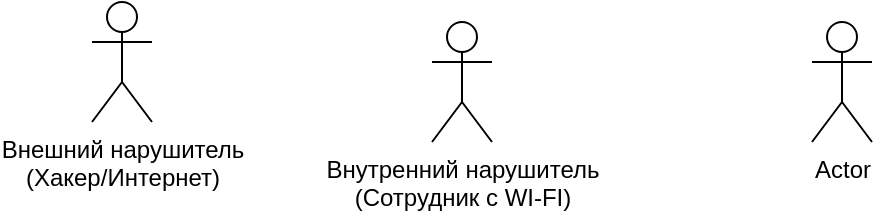
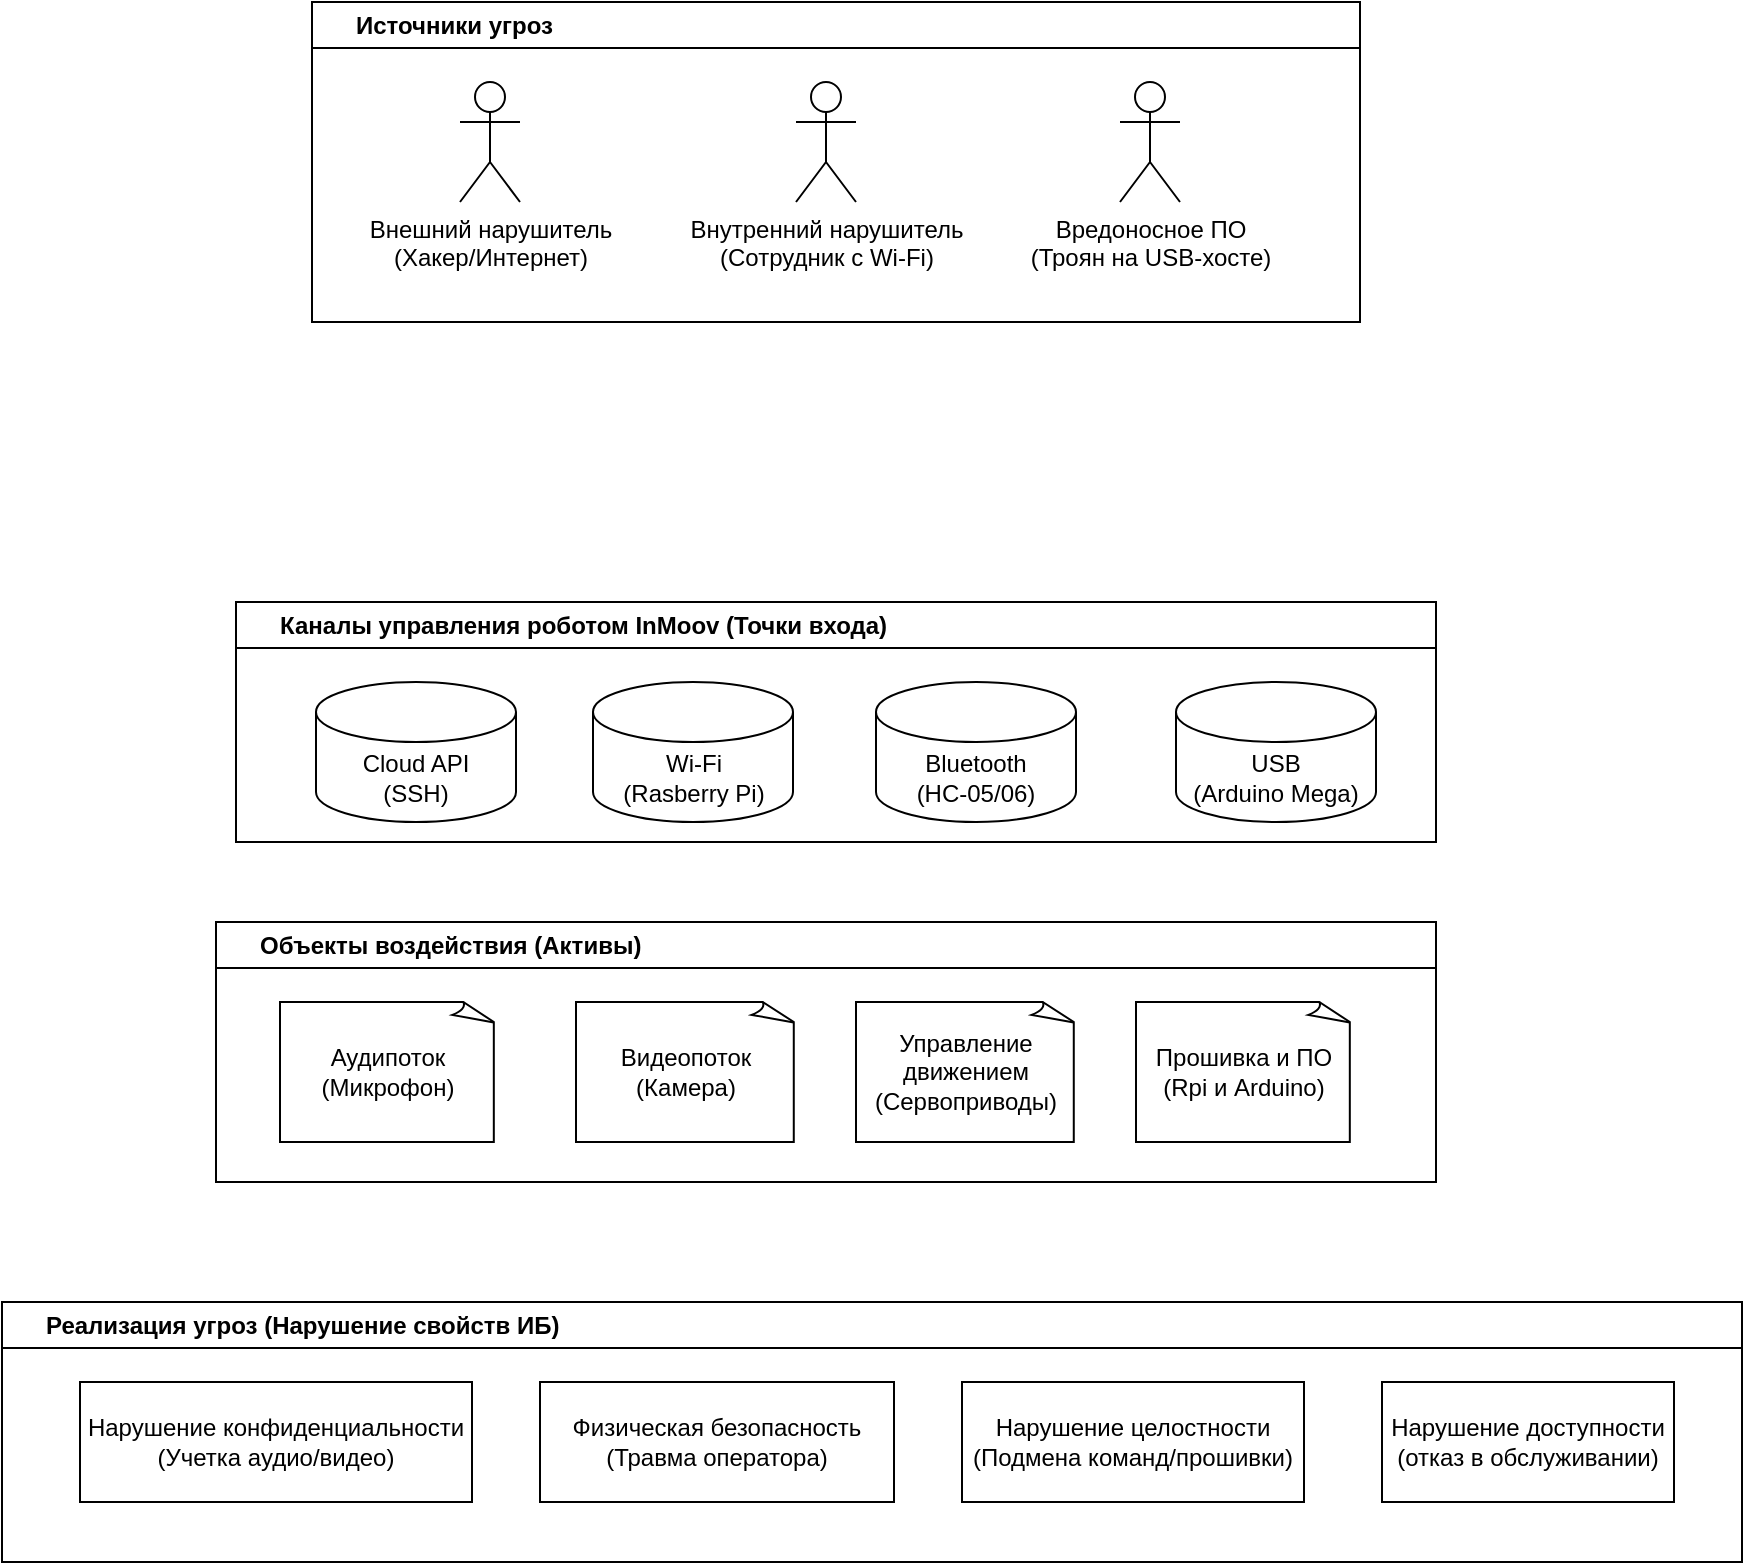
<mxfile host="app.diagrams.net">
  <diagram name="Страница-1" id="USPNQsaFkXLpUknS5iDc">
-     <mxGraphModel dx="803" dy="446" grid="1" gridSize="10" guides="1" tooltips="1" connect="1" arrows="1" fold="1" page="1" pageScale="1" pageWidth="827" pageHeight="1169" math="0" shadow="0">
+     <mxGraphModel dx="1999" dy="1819" grid="1" gridSize="10" guides="1" tooltips="1" connect="1" arrows="1" fold="1" page="1" pageScale="1" pageWidth="827" pageHeight="1169" math="0" shadow="0">
      <root>
        <mxCell id="0" />
        <mxCell id="1" parent="0" />
-         <mxCell id="QugISaNB2tZ8seF8ZxKL-1" parent="1" style="shape=umlActor;verticalLabelPosition=bottom;verticalAlign=top;html=1;outlineConnect=0;" value="Внешний нарушитель&lt;div&gt;(Хакер/Интернет)&lt;/div&gt;" vertex="1">
-           <mxGeometry height="60" width="30" x="250" y="140" as="geometry" />
+         <mxCell id="eWGLKCcsjbhSAPN1RPYS-18" parent="1" style="swimlane;whiteSpace=wrap;html=1;align=left;" value="&amp;nbsp; &amp;nbsp; &amp;nbsp;&amp;nbsp;Реализация угроз (Нарушение свойств ИБ)" vertex="1">
+           <mxGeometry height="130" width="870" x="-17" y="500" as="geometry" />
        </mxCell>
-         <mxCell id="QugISaNB2tZ8seF8ZxKL-2" parent="1" style="shape=umlActor;verticalLabelPosition=bottom;verticalAlign=top;html=1;outlineConnect=0;" value="Внутренний нарушитель&lt;div&gt;(Сотрудник с WI-FI)&lt;/div&gt;" vertex="1">
-           <mxGeometry height="60" width="30" x="420" y="150" as="geometry" />
+         <mxCell id="eWGLKCcsjbhSAPN1RPYS-11" parent="eWGLKCcsjbhSAPN1RPYS-18" style="rounded=0;whiteSpace=wrap;html=1;" value="Нарушение конфиденциальности&lt;div&gt;(Учетка аудио/видео)&lt;/div&gt;" vertex="1">
+           <mxGeometry height="60" width="196" x="39" y="40" as="geometry" />
        </mxCell>
-         <mxCell id="QugISaNB2tZ8seF8ZxKL-3" parent="1" style="shape=umlActor;verticalLabelPosition=bottom;verticalAlign=top;html=1;outlineConnect=0;" value="Actor" vertex="1">
-           <mxGeometry height="60" width="30" x="610" y="150" as="geometry" />
+         <mxCell id="eWGLKCcsjbhSAPN1RPYS-12" parent="eWGLKCcsjbhSAPN1RPYS-18" style="rounded=0;whiteSpace=wrap;html=1;" value="Физическая безопасность&lt;div&gt;(Травма оператора)&lt;/div&gt;" vertex="1">
+           <mxGeometry height="60" width="177" x="269" y="40" as="geometry" />
+         </mxCell>
+         <mxCell id="eWGLKCcsjbhSAPN1RPYS-13" parent="eWGLKCcsjbhSAPN1RPYS-18" style="rounded=0;whiteSpace=wrap;html=1;" value="Нарушение целостности&lt;div&gt;(Подмена команд/прошивки)&lt;/div&gt;" vertex="1">
+           <mxGeometry height="60" width="171" x="480" y="40" as="geometry" />
+         </mxCell>
+         <mxCell id="eWGLKCcsjbhSAPN1RPYS-14" parent="eWGLKCcsjbhSAPN1RPYS-18" style="rounded=0;whiteSpace=wrap;html=1;" value="Нарушение доступности&lt;div&gt;(отказ в обслуживании)&lt;/div&gt;" vertex="1">
+           <mxGeometry height="60" width="146" x="690" y="40" as="geometry" />
+         </mxCell>
+         <mxCell id="eWGLKCcsjbhSAPN1RPYS-24" parent="1" style="swimlane;whiteSpace=wrap;html=1;align=left;" value="&amp;nbsp; &amp;nbsp; &amp;nbsp;&amp;nbsp;Объекты воздействия (Активы)" vertex="1">
+           <mxGeometry height="130" width="610" x="90" y="310" as="geometry" />
+         </mxCell>
+         <mxCell id="eWGLKCcsjbhSAPN1RPYS-7" parent="eWGLKCcsjbhSAPN1RPYS-24" style="whiteSpace=wrap;html=1;shape=mxgraph.basic.document" value="Аудипоток&lt;div&gt;(Микрофон)&lt;/div&gt;" vertex="1">
+           <mxGeometry height="70" width="108" x="32" y="40" as="geometry" />
+         </mxCell>
+         <mxCell id="eWGLKCcsjbhSAPN1RPYS-10" parent="eWGLKCcsjbhSAPN1RPYS-24" style="whiteSpace=wrap;html=1;shape=mxgraph.basic.document" value="Видеопоток&lt;div&gt;(Камера)&lt;/div&gt;" vertex="1">
+           <mxGeometry height="70" width="110" x="180" y="40" as="geometry" />
+         </mxCell>
+         <mxCell id="eWGLKCcsjbhSAPN1RPYS-8" parent="eWGLKCcsjbhSAPN1RPYS-24" style="whiteSpace=wrap;html=1;shape=mxgraph.basic.document" value="Управление движением&lt;div&gt;(Сервоприводы)&lt;/div&gt;" vertex="1">
+           <mxGeometry height="70" width="110" x="320" y="40" as="geometry" />
+         </mxCell>
+         <mxCell id="eWGLKCcsjbhSAPN1RPYS-9" parent="eWGLKCcsjbhSAPN1RPYS-24" style="whiteSpace=wrap;html=1;shape=mxgraph.basic.document" value="Прошивка и ПО&lt;div&gt;(Rpi и Arduino)&lt;/div&gt;" vertex="1">
+           <mxGeometry height="70" width="108" x="460" y="40" as="geometry" />
+         </mxCell>
+         <mxCell id="eWGLKCcsjbhSAPN1RPYS-25" parent="1" style="swimlane;whiteSpace=wrap;html=1;align=left;" value="&amp;nbsp; &amp;nbsp; &amp;nbsp;&amp;nbsp;Каналы управления роботом InMoov (Точки входа)" vertex="1">
+           <mxGeometry height="120" width="600" x="100" y="150" as="geometry" />
+         </mxCell>
+         <mxCell id="eWGLKCcsjbhSAPN1RPYS-1" parent="eWGLKCcsjbhSAPN1RPYS-25" style="shape=cylinder3;whiteSpace=wrap;html=1;boundedLbl=1;backgroundOutline=1;size=15;" value="Cloud API&lt;div&gt;(SSH)&lt;/div&gt;" vertex="1">
+           <mxGeometry height="70" width="100" x="40" y="40" as="geometry" />
+         </mxCell>
+         <mxCell id="eWGLKCcsjbhSAPN1RPYS-2" parent="eWGLKCcsjbhSAPN1RPYS-25" style="shape=cylinder3;whiteSpace=wrap;html=1;boundedLbl=1;backgroundOutline=1;size=15;" value="Wi-Fi&lt;div&gt;(Rasberry Pi)&lt;/div&gt;" vertex="1">
+           <mxGeometry height="70" width="100" x="178.5" y="40" as="geometry" />
+         </mxCell>
+         <mxCell id="eWGLKCcsjbhSAPN1RPYS-3" parent="eWGLKCcsjbhSAPN1RPYS-25" style="shape=cylinder3;whiteSpace=wrap;html=1;boundedLbl=1;backgroundOutline=1;size=15;" value="Bluetooth&lt;div&gt;(HC-05/06)&lt;/div&gt;" vertex="1">
+           <mxGeometry height="70" width="100" x="320" y="40" as="geometry" />
+         </mxCell>
+         <mxCell id="eWGLKCcsjbhSAPN1RPYS-4" parent="eWGLKCcsjbhSAPN1RPYS-25" style="shape=cylinder3;whiteSpace=wrap;html=1;boundedLbl=1;backgroundOutline=1;size=15;" value="&lt;div&gt;USB&lt;/div&gt;&lt;div&gt;(Arduino Mega)&lt;/div&gt;" vertex="1">
+           <mxGeometry height="70" width="100" x="470" y="40" as="geometry" />
+         </mxCell>
+         <mxCell id="eWGLKCcsjbhSAPN1RPYS-26" parent="1" style="swimlane;whiteSpace=wrap;html=1;align=left;" value="&amp;nbsp; &amp;nbsp; &amp;nbsp; Источники угроз" vertex="1">
+           <mxGeometry height="160" width="524" x="138" y="-150" as="geometry" />
+         </mxCell>
+         <mxCell id="QugISaNB2tZ8seF8ZxKL-1" parent="eWGLKCcsjbhSAPN1RPYS-26" style="shape=umlActor;verticalLabelPosition=bottom;verticalAlign=top;html=1;outlineConnect=0;" value="Внешний нарушитель&lt;div&gt;(Хакер/Интернет)&lt;/div&gt;" vertex="1">
+           <mxGeometry height="60" width="30" x="74" y="40" as="geometry" />
+         </mxCell>
+         <mxCell id="QugISaNB2tZ8seF8ZxKL-2" parent="eWGLKCcsjbhSAPN1RPYS-26" style="shape=umlActor;verticalLabelPosition=bottom;verticalAlign=top;html=1;outlineConnect=0;" value="Внутренний нарушитель&lt;div&gt;(Сотрудник с Wi-Fi)&lt;/div&gt;" vertex="1">
+           <mxGeometry height="60" width="30" x="242" y="40" as="geometry" />
+         </mxCell>
+         <mxCell id="QugISaNB2tZ8seF8ZxKL-3" parent="eWGLKCcsjbhSAPN1RPYS-26" style="shape=umlActor;verticalLabelPosition=bottom;verticalAlign=top;html=1;outlineConnect=0;" value="Вредоносное ПО&lt;div&gt;(Троян на USB-хосте)&lt;/div&gt;" vertex="1">
+           <mxGeometry height="60" width="30" x="404" y="40" as="geometry" />
        </mxCell>
      </root>
    </mxGraphModel>
  </diagram>
</mxfile>
